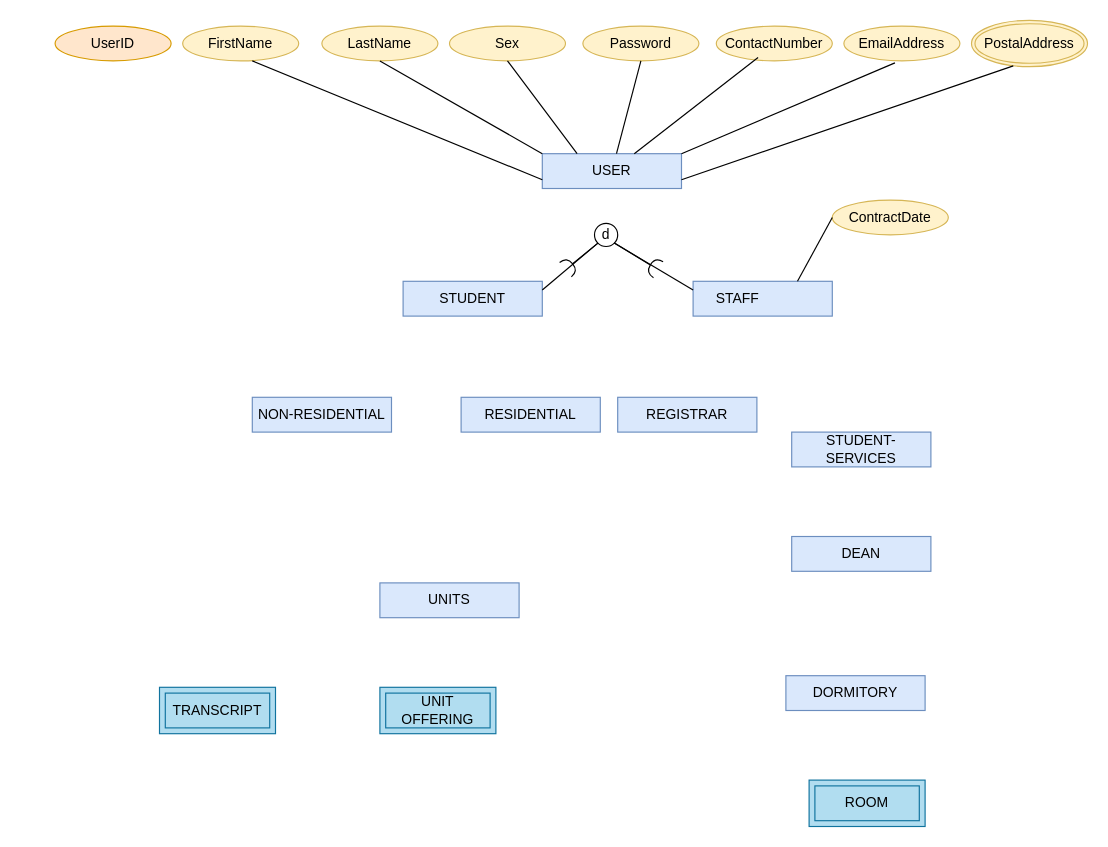
Above: Untitled Diagram.drawio in Nash230/IS403SystemsAnalysis-Design_MP (draw.io), before the change. Source tidied: cells renumbered, new cells numbered last; positions are measured from the earlier drawing's top-left corner, leaving out a move shared by most shapes. Both pictures are drawn from the tidied source at 116%, with x=0, y=0 at pixel (55, 20).
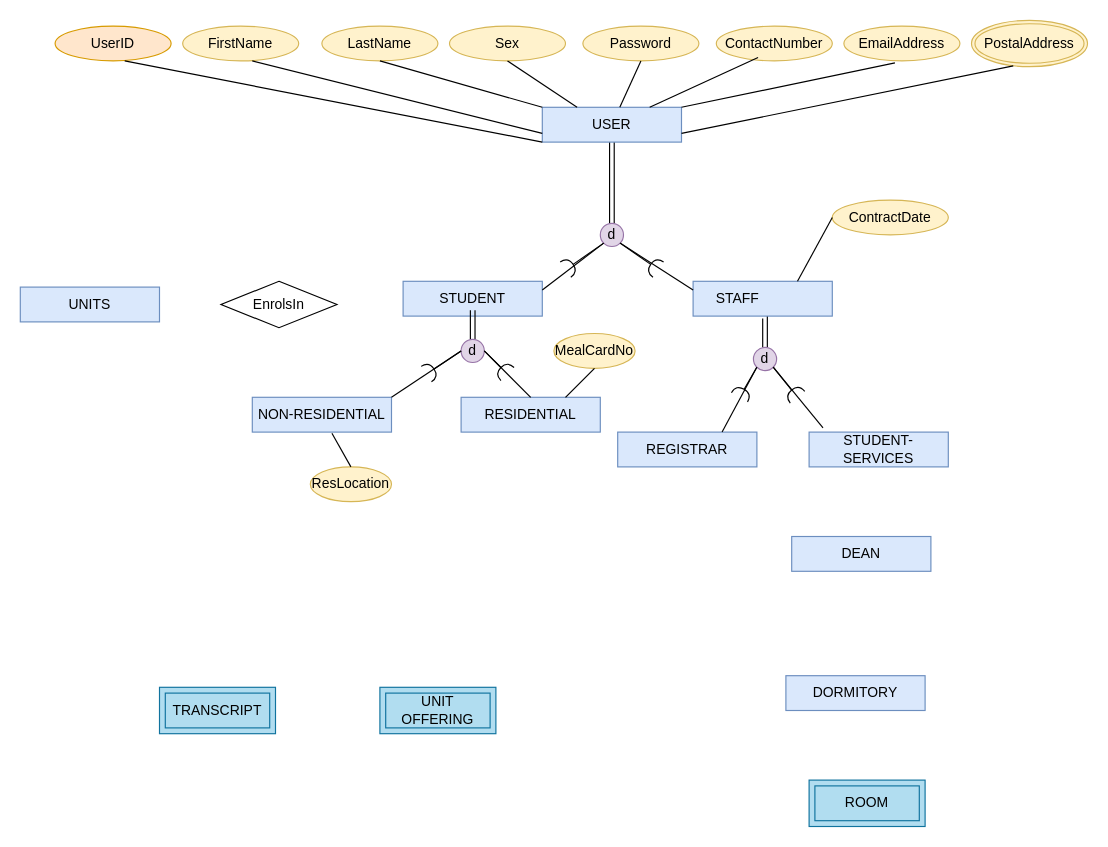
The same diagram, later.

Commit message:
Starting relationship

Unchanged cells that the change refers to:
```xml
<mxCell id="5" value="STAFF&lt;span style=&quot;white-space: pre;&quot;&gt;&#9;&lt;/span&gt;&lt;span style=&quot;white-space: pre;&quot;&gt;&#9;&lt;/span&gt;" style="rounded=0;whiteSpace=wrap;html=1;fillColor=#dae8fc;strokeColor=#6c8ebf;" parent="1" vertex="1">
  <mxGeometry x="550" y="225" width="120" height="30" as="geometry" />
</mxCell>
<mxCell id="6" value="RESIDENTIAL" style="rounded=0;whiteSpace=wrap;html=1;fillColor=#dae8fc;strokeColor=#6c8ebf;" parent="1" vertex="1">
  <mxGeometry x="350" y="325" width="120" height="30" as="geometry" />
</mxCell>
<mxCell id="9" value="NON-RESIDENTIAL" style="rounded=0;whiteSpace=wrap;html=1;fillColor=#dae8fc;strokeColor=#6c8ebf;" parent="1" vertex="1">
  <mxGeometry x="170" y="325" width="120" height="30" as="geometry" />
</mxCell>
<mxCell id="21" value="UserID" style="ellipse;whiteSpace=wrap;html=1;align=center;fillColor=#ffe6cc;strokeColor=#d79b00;" parent="1" vertex="1">
  <mxGeometry y="5" width="100" height="30" as="geometry" />
</mxCell>
```

The edit, as a diff of the source:
```diff
@@
+    <mxCell id="40" style="edgeStyle=orthogonalEdgeStyle;shape=link;rounded=0;jettySize=auto;html=1;exitX=0.5;exitY=1;exitDx=0;exitDy=0;entryX=0.5;entryY=0;entryDx=0;entryDy=0;" parent="1" edge="1" source="2" target="32">
+      <mxGeometry relative="1" as="geometry" />
+    </mxCell>
     <mxCell id="2" value="USER" style="rounded=0;whiteSpace=wrap;html=1;fillColor=#dae8fc;strokeColor=#6c8ebf;" parent="1" vertex="1">
-      <mxGeometry x="420" y="115" width="120" height="30" as="geometry" />
+      <mxGeometry x="420" y="75" width="120" height="30" as="geometry" />
     </mxCell>
     <mxCell id="3" value="REGISTRAR" style="rounded=0;whiteSpace=wrap;html=1;fillColor=#dae8fc;strokeColor=#6c8ebf;" parent="1" vertex="1">
-      <mxGeometry x="485" y="325" width="120" height="30" as="geometry" />
+      <mxGeometry x="485" y="355" width="120" height="30" as="geometry" />
     </mxCell>
@@
+    <mxCell id="41" style="edgeStyle=orthogonalEdgeStyle;shape=link;rounded=0;jettySize=auto;html=1;exitX=0.5;exitY=1;exitDx=0;exitDy=0;entryX=0.5;entryY=0;entryDx=0;entryDy=0;" parent="1" edge="1" source="5" target="50">
+      <mxGeometry relative="1" as="geometry" />
+    </mxCell>
@@
     <mxCell id="7" value="STUDENT-SERVICES" style="rounded=0;whiteSpace=wrap;html=1;fillColor=#dae8fc;strokeColor=#6c8ebf;" parent="1" vertex="1">
-      <mxGeometry x="635" y="355" width="120" height="30" as="geometry" />
+      <mxGeometry x="650" y="355" width="120" height="30" as="geometry" />
     </mxCell>
@@
     <mxCell id="10" value="UNITS" style="rounded=0;whiteSpace=wrap;html=1;fillColor=#dae8fc;strokeColor=#6c8ebf;" parent="1" vertex="1">
-      <mxGeometry x="280" y="485" width="120" height="30" as="geometry" />
+      <mxGeometry x="-30" y="230" width="120" height="30" as="geometry" />
     </mxCell>
@@
-    <mxCell id="32" value="d" style="ellipse;whiteSpace=wrap;html=1;" parent="1" vertex="1">
-      <mxGeometry x="465" y="175" width="20" height="20" as="geometry" />
+    <mxCell id="32" value="d" style="ellipse;whiteSpace=wrap;html=1;fillColor=#e1d5e7;strokeColor=#9673a6;" parent="1" vertex="1">
+      <mxGeometry x="470" y="175" width="20" height="20" as="geometry" />
     </mxCell>
@@
     <mxCell id="38" style="ellipse;whiteSpace=wrap;html=1;align=center;fillColor=none;strokeColor=none;perimeter=centerPerimeter;points=[];outlineConnect=1;" parent="1" vertex="1">
-      <mxGeometry x="390" y="185" width="10" height="10" as="geometry" />
+      <mxGeometry x="355" y="245" width="10" height="10" as="geometry" />
     </mxCell>
@@
+    <mxCell id="42" style="edgeStyle=orthogonalEdgeStyle;shape=link;rounded=0;jettySize=auto;html=1;" parent="1" edge="1" source="43" target="38">
+      <mxGeometry relative="1" as="geometry" />
+    </mxCell>
+    <mxCell id="43" value="d" style="ellipse;whiteSpace=wrap;html=1;fillColor=#e1d5e7;strokeColor=#9673a6;" parent="1" vertex="1">
+      <mxGeometry x="350" y="275" width="20" height="20" as="geometry" />
+    </mxCell>
+    <mxCell id="44" style="rounded=0;jettySize=auto;html=1;endArrow=halfCircle;endFill=0;endSize=6;strokeWidth=1;sketch=0;fontSize=12;curved=1;exitX=0;exitY=0.5;exitDx=0;exitDy=0;" parent="1" edge="1" source="43">
+      <mxGeometry relative="1" as="geometry">
+        <mxPoint x="320" y="305" as="targetPoint" />
+      </mxGeometry>
+    </mxCell>
+    <mxCell id="45" style="ellipse;whiteSpace=wrap;html=1;align=center;fillColor=none;strokeColor=none;perimeter=centerPerimeter;" parent="1" vertex="1">
+      <mxGeometry x="390" y="205" width="10" height="10" as="geometry" />
+    </mxCell>
+    <mxCell id="46" style="endArrow=none;html=1;rounded=0;entryX=0;entryY=0.5;entryDx=0;entryDy=0;exitX=1;exitY=0;exitDx=0;exitDy=0;" parent="1" edge="1" source="9" target="43">
+      <mxGeometry relative="1" as="geometry" />
+    </mxCell>
+    <mxCell id="47" style="rounded=0;jettySize=auto;html=1;endArrow=halfCircle;endFill=0;endSize=6;strokeWidth=1;sketch=0;fontSize=12;curved=1;exitX=1;exitY=0.5;exitDx=0;exitDy=0;" parent="1" edge="1" source="43">
+      <mxGeometry relative="1" as="geometry">
+        <mxPoint x="390" y="305" as="targetPoint" />
+      </mxGeometry>
+    </mxCell>
+    <mxCell id="48" style="ellipse;whiteSpace=wrap;html=1;align=center;fillColor=none;strokeColor=none;perimeter=centerPerimeter;" parent="1" vertex="1">
+      <mxGeometry x="390" y="205" width="10" height="10" as="geometry" />
+    </mxCell>
+    <mxCell id="49" style="endArrow=none;html=1;rounded=0;exitX=1;exitY=0.5;exitDx=0;exitDy=0;entryX=0.5;entryY=0;entryDx=0;entryDy=0;" parent="1" edge="1" source="43" target="6">
+      <mxGeometry relative="1" as="geometry" />
+    </mxCell>
+    <mxCell id="50" value="d" style="ellipse;whiteSpace=wrap;html=1;fillColor=#e1d5e7;strokeColor=#9673a6;" parent="1" vertex="1">
+      <mxGeometry x="602" y="282" width="20" height="20" as="geometry" />
+    </mxCell>
+    <mxCell id="51" style="rounded=0;jettySize=auto;html=1;endArrow=halfCircle;endFill=0;endSize=6;strokeWidth=1;sketch=0;fontSize=12;curved=1;exitX=0;exitY=1;exitDx=0;exitDy=0;" parent="1" edge="1" source="50">
+      <mxGeometry relative="1" as="geometry">
+        <mxPoint x="590" y="325" as="targetPoint" />
+      </mxGeometry>
+    </mxCell>
+    <mxCell id="52" style="ellipse;whiteSpace=wrap;html=1;align=center;fillColor=none;strokeColor=none;perimeter=centerPerimeter;" parent="1" vertex="1">
+      <mxGeometry x="390" y="245" width="10" height="10" as="geometry" />
+    </mxCell>
+    <mxCell id="53" style="rounded=0;jettySize=auto;html=1;endArrow=halfCircle;endFill=0;endSize=6;strokeWidth=1;sketch=0;fontSize=12;curved=1;exitX=1;exitY=1;exitDx=0;exitDy=0;" parent="1" edge="1" source="50">
+      <mxGeometry relative="1" as="geometry">
+        <mxPoint x="640" y="325" as="targetPoint" />
+      </mxGeometry>
+    </mxCell>
+    <mxCell id="54" style="ellipse;whiteSpace=wrap;html=1;align=center;fillColor=none;strokeColor=none;perimeter=centerPerimeter;" parent="1" vertex="1">
+      <mxGeometry x="390" y="245" width="10" height="10" as="geometry" />
+    </mxCell>
+    <mxCell id="55" style="endArrow=none;html=1;rounded=0;entryX=0;entryY=1;entryDx=0;entryDy=0;exitX=0.75;exitY=0;exitDx=0;exitDy=0;" parent="1" edge="1" source="3" target="50">
+      <mxGeometry relative="1" as="geometry" />
+    </mxCell>
+    <mxCell id="56" style="endArrow=none;html=1;rounded=0;entryX=1;entryY=1;entryDx=0;entryDy=0;exitX=0.1;exitY=-0.122;exitDx=0;exitDy=0;exitPerimeter=0;" parent="1" edge="1" source="7" target="50">
+      <mxGeometry relative="1" as="geometry" />
+    </mxCell>
+    <mxCell id="57" value="MealCardNo" style="ellipse;whiteSpace=wrap;html=1;align=center;fillColor=#fff2cc;strokeColor=#d6b656;" parent="1" vertex="1">
+      <mxGeometry x="430" y="270" width="70" height="30" as="geometry" />
+    </mxCell>
+    <mxCell id="58" value="ResLocation" style="ellipse;whiteSpace=wrap;html=1;align=center;fillColor=#fff2cc;strokeColor=#d6b656;" parent="1" vertex="1">
+      <mxGeometry x="220" y="385" width="70" height="30" as="geometry" />
+    </mxCell>
+    <mxCell id="59" style="endArrow=none;html=1;rounded=0;entryX=0.5;entryY=1;entryDx=0;entryDy=0;exitX=0.75;exitY=0;exitDx=0;exitDy=0;" parent="1" edge="1" source="6" target="57">
+      <mxGeometry relative="1" as="geometry" />
+    </mxCell>
+    <mxCell id="60" style="endArrow=none;html=1;rounded=0;entryX=0.5;entryY=0;entryDx=0;entryDy=0;exitX=0.572;exitY=1.033;exitDx=0;exitDy=0;exitPerimeter=0;" parent="1" edge="1" source="9" target="58">
+      <mxGeometry relative="1" as="geometry" />
+    </mxCell>
+    <mxCell id="61" style="endArrow=none;html=1;rounded=0;exitX=0.6;exitY=1;exitDx=0;exitDy=0;exitPerimeter=0;entryX=0;entryY=1;entryDx=0;entryDy=0;" parent="1" edge="1" source="21" target="2">
+      <mxGeometry relative="1" as="geometry" />
+    </mxCell>
+    <mxCell id="62" value="EnrolsIn" style="shape=rhombus;perimeter=rhombusPerimeter;whiteSpace=wrap;html=1;align=center;" parent="1" vertex="1">
+      <mxGeometry x="143" y="225" width="100" height="40" as="geometry" />
+    </mxCell>
```
